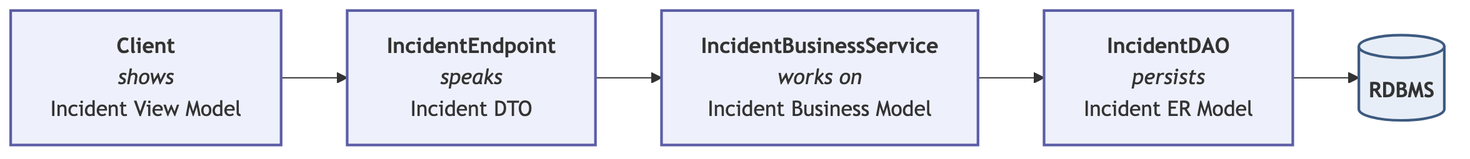
This is assets/article_images/2026-08-21-from-cqrs-to-event-driven-architecture/01-layered.png from maldins46/comepaolo-blog-v2, a Mermaid export, as it was before one commit. Its source is kept beside it as assets/article_images/2026-08-21-from-cqrs-to-event-driven-architecture/01-layered.mmd. The source it was exported from:
```mermaid
flowchart LR
  C["<b>Client</b><br/><i>shows</i><br/>Incident View Model"]
  E["<b>IncidentEndpoint</b><br/><i>speaks</i><br/>Incident DTO"]
  S["<b>IncidentBusinessService</b><br/><i>works on</i><br/>Incident Business Model"]
  D["<b>IncidentDAO</b><br/><i>persists</i><br/>Incident ER Model"]
  DB[("<b>RDBMS</b>")]

  C --> E --> S --> D --> DB

  classDef layer fill:#eef0fb,stroke:#5b5ea6,stroke-width:2px
  classDef store fill:#e8eef7,stroke:#3d5a80,stroke-width:2px
  class C,E,S,D layer
  class DB store
```
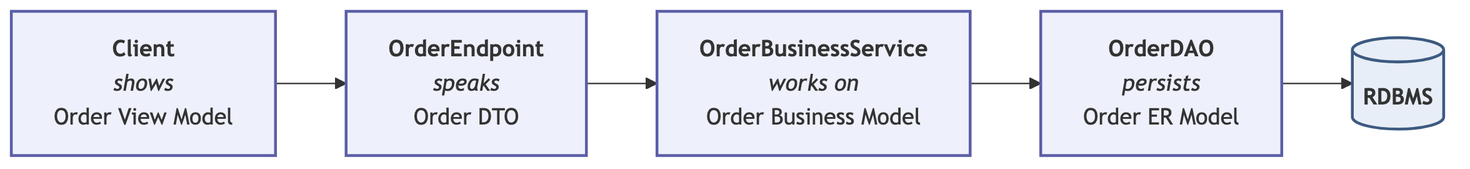
The same file after the commit.

Diff of the diagram source:
```diff
@@ -1,8 +1,8 @@
 flowchart LR
-  C["<b>Client</b><br/><i>shows</i><br/>Incident View Model"]
-  E["<b>IncidentEndpoint</b><br/><i>speaks</i><br/>Incident DTO"]
-  S["<b>IncidentBusinessService</b><br/><i>works on</i><br/>Incident Business Model"]
-  D["<b>IncidentDAO</b><br/><i>persists</i><br/>Incident ER Model"]
+  C["<b>Client</b><br/><i>shows</i><br/>Order View Model"]
+  E["<b>OrderEndpoint</b><br/><i>speaks</i><br/>Order DTO"]
+  S["<b>OrderBusinessService</b><br/><i>works on</i><br/>Order Business Model"]
+  D["<b>OrderDAO</b><br/><i>persists</i><br/>Order ER Model"]
   DB[("<b>RDBMS</b>")]
 
   C --> E --> S --> D --> DB
```
